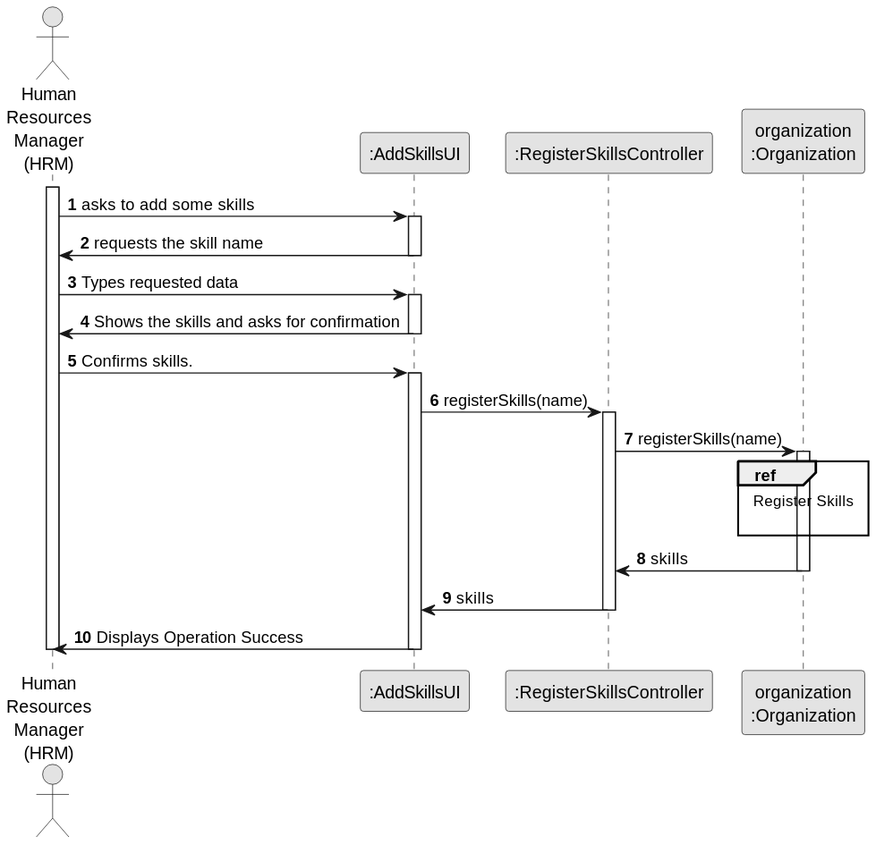
Above: docs/sprintB/us001/03.design/svg/us001-sequence-diagram-split.svg in diogoveirospro/lei-24-s2-1dg-g072 (PlantUML), before the change.
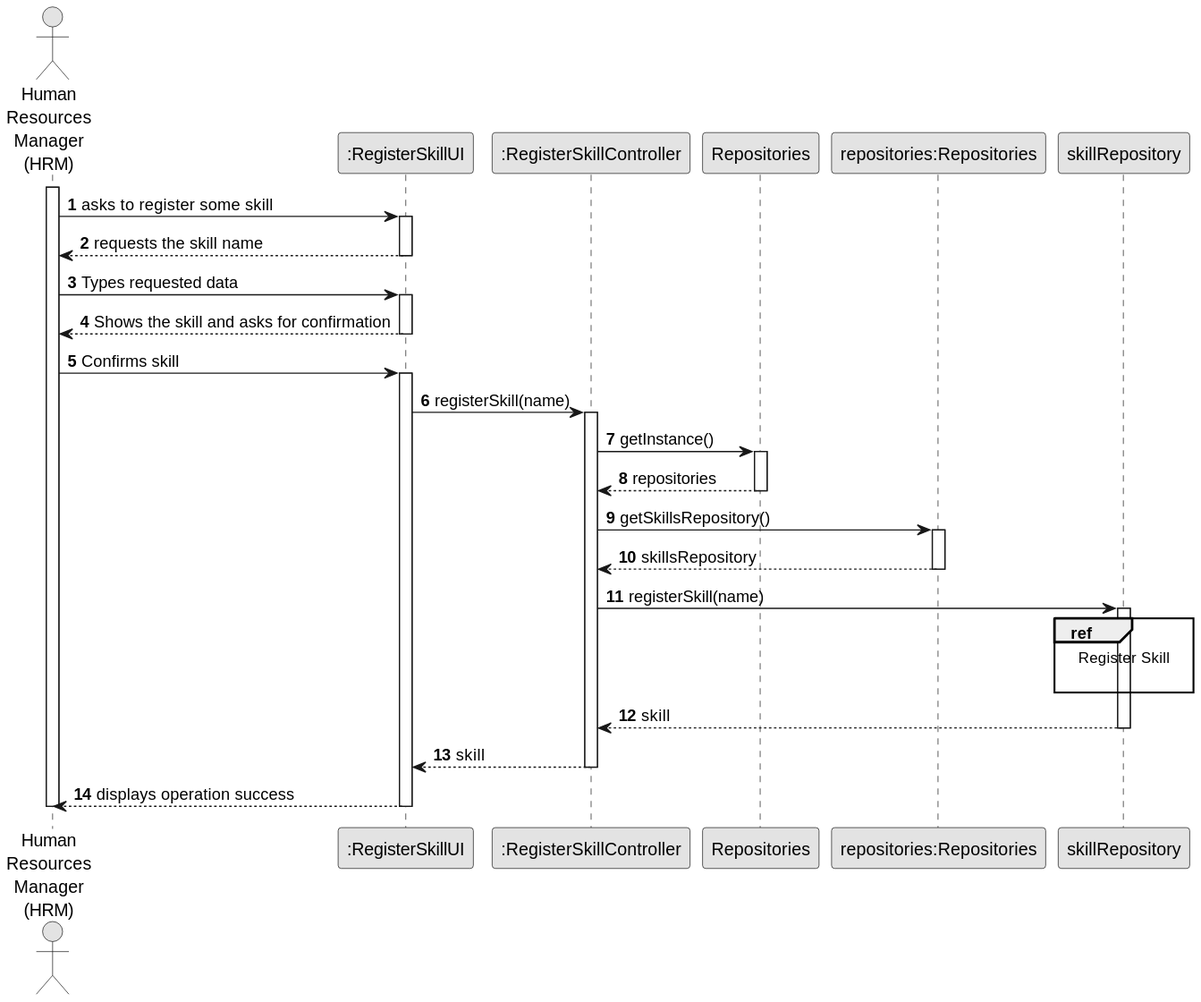
The same diagram one commit later.

Change to the diagram source:
```diff
@@ -6,43 +6,58 @@
 autonumber
 
 actor "Human\nResources\nManager\n(HRM)" as HRM
-participant ":AddSkillsUI" as UI
-participant ":RegisterSkillsController" as CTRL
-participant "organization\n:Organization" as ORG
+participant ":RegisterSkillUI" as UI
+participant ":RegisterSkillController" as CTRL
+participant Repositories
+participant "repositories:Repositories" as REP
+participant "skillRepository" as SREP
+
 activate HRM
 
 
-        HRM -> UI : asks to add some skills
+        HRM -> UI : asks to register some skill
         activate UI
 
-                UI -> HRM : requests the skill name
+                UI --> HRM : requests the skill name
         deactivate UI
         HRM -> UI: Types requested data
         activate UI
 
-                UI -> HRM : Shows the skills and asks for confirmation
+                UI --> HRM : Shows the skill and asks for confirmation
         deactivate UI
-        HRM -> UI : Confirms skills.
+        HRM -> UI : Confirms skill
         activate UI
 
-                UI -> CTRL: registerSkills(name)
+                UI -> CTRL: registerSkill(name)
+
                 activate CTRL
 
-                        CTRL -> ORG: registerSkills(name)
-                        activate ORG
+                        CTRL -> Repositories: getInstance()
 
-                                ref over ORG
-                                        Register Skills
+                        activate Repositories
+
+                                Repositories --> CTRL: repositories
+                        deactivate Repositories
+
+                        CTRL -> REP: getSkillsRepository()
+                        activate REP
+
+                                REP --> CTRL: skillsRepository
+                        deactivate REP
+                        CTRL -> SREP: registerSkill(name)
+                        activate SREP
+
+                                ref over SREP
+                                        Register Skill
 
                                 end
+                                SREP --> CTRL: skill
+                        deactivate SREP
 
-                                ORG -> CTRL: skills
-                        deactivate ORG
-
-                        CTRL -> UI: skills
+                        CTRL --> UI: skill
                 deactivate CTRL
 
-                UI -> HRM: Displays Operation Success
+                UI --> HRM: displays operation success
         deactivate UI
 deactivate HRM
 @enduml
```
